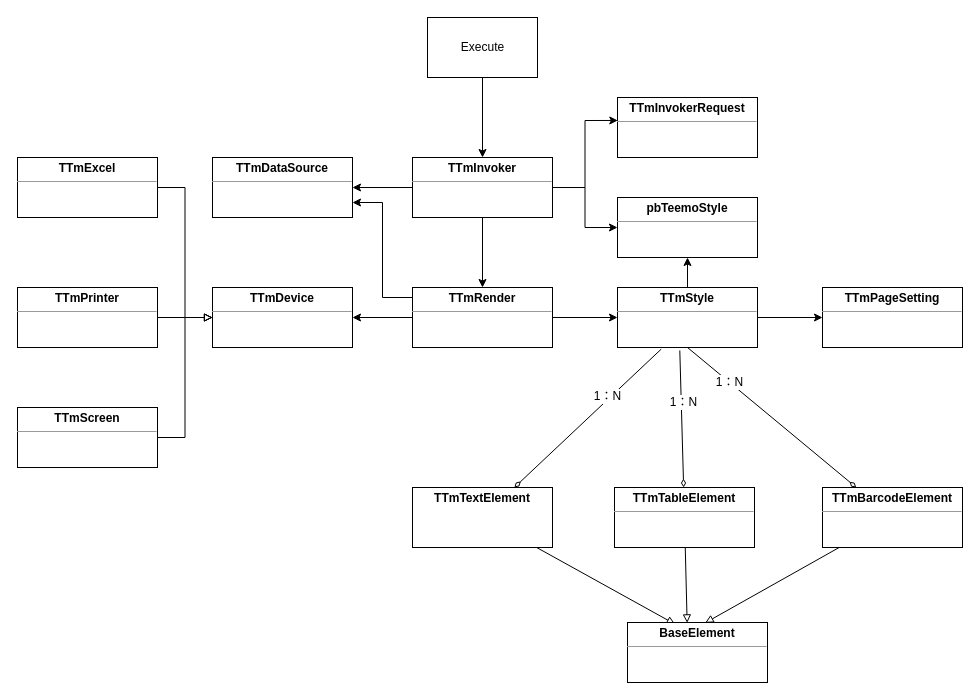
mashifei/uml keeps this draw.io diagram as page "类图" (5 of 6) of teemoactivex.drawio. Above is the earlier version. Source tidied: cells renumbered, new cells numbered last; positions are measured from the earlier drawing's top-left corner, leaving out a move shared by most shapes. Both pictures are drawn from the tidied source at 100%, with x=0, y=0 at pixel (17, 17).
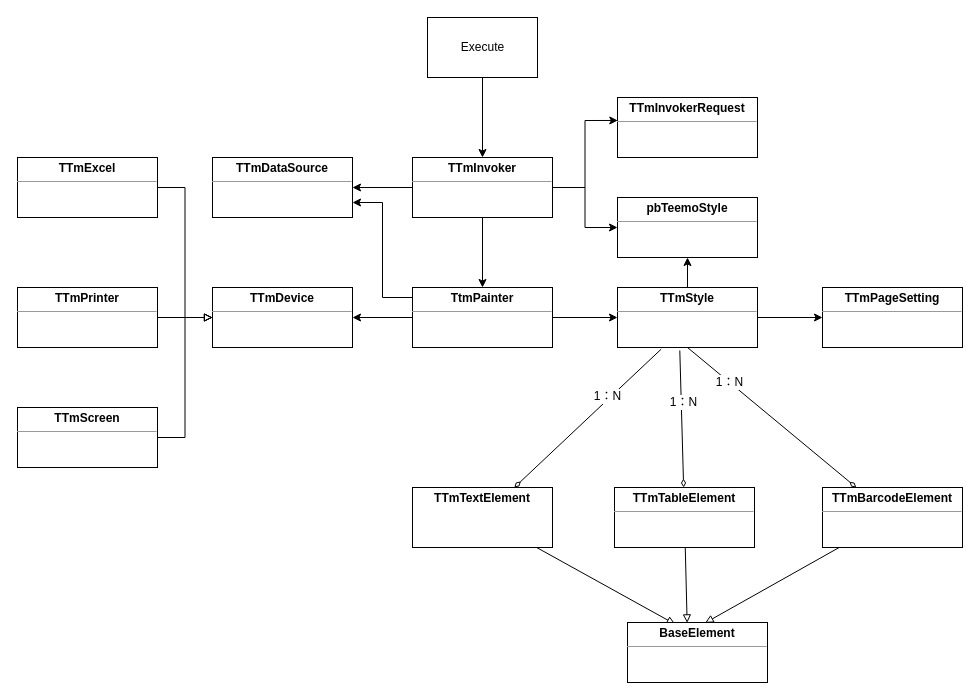
After the change.

Change to the diagram source:
```diff
@@
-    <mxCell id="13" value="&lt;p style=&quot;margin: 0px ; margin-top: 4px ; text-align: center&quot;&gt;&lt;b&gt;TTmRender&lt;/b&gt;&lt;/p&gt;&lt;hr size=&quot;1&quot;&gt;&lt;div style=&quot;height: 2px&quot;&gt;&lt;/div&gt;" style="verticalAlign=top;align=left;overflow=fill;fontSize=12;fontFamily=Helvetica;html=1;" parent="1" vertex="1">
+    <mxCell id="13" value="&lt;p style=&quot;margin: 0px ; margin-top: 4px ; text-align: center&quot;&gt;&lt;b&gt;TtmPainter&lt;/b&gt;&lt;/p&gt;&lt;hr size=&quot;1&quot;&gt;&lt;div style=&quot;height: 2px&quot;&gt;&lt;/div&gt;" style="verticalAlign=top;align=left;overflow=fill;fontSize=12;fontFamily=Helvetica;html=1;" parent="1" vertex="1">
       <mxGeometry x="395" y="270" width="140" height="60" as="geometry" />
     </mxCell>
```
